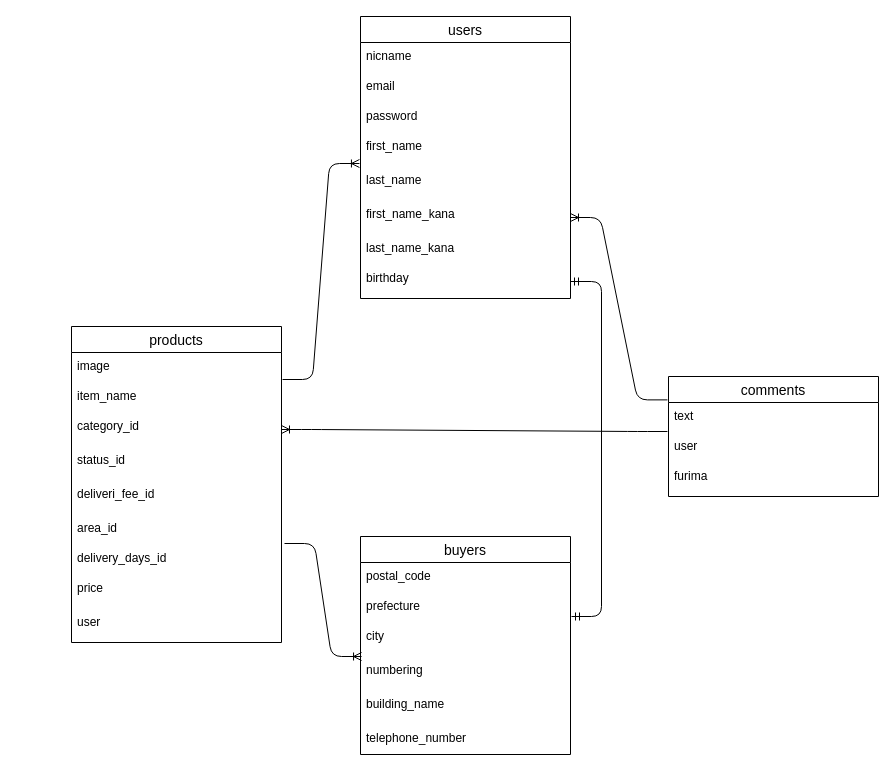
kurimaru2000/furima-34822 keeps this draw.io diagram as ER.dio. Above is the earlier version. Source tidied: cells renumbered, new cells numbered last; positions are measured from the earlier drawing's top-left corner, leaving out a move shared by most shapes. Both pictures are drawn from the tidied source at 100%, with x=0, y=0 at pixel (71, 16).
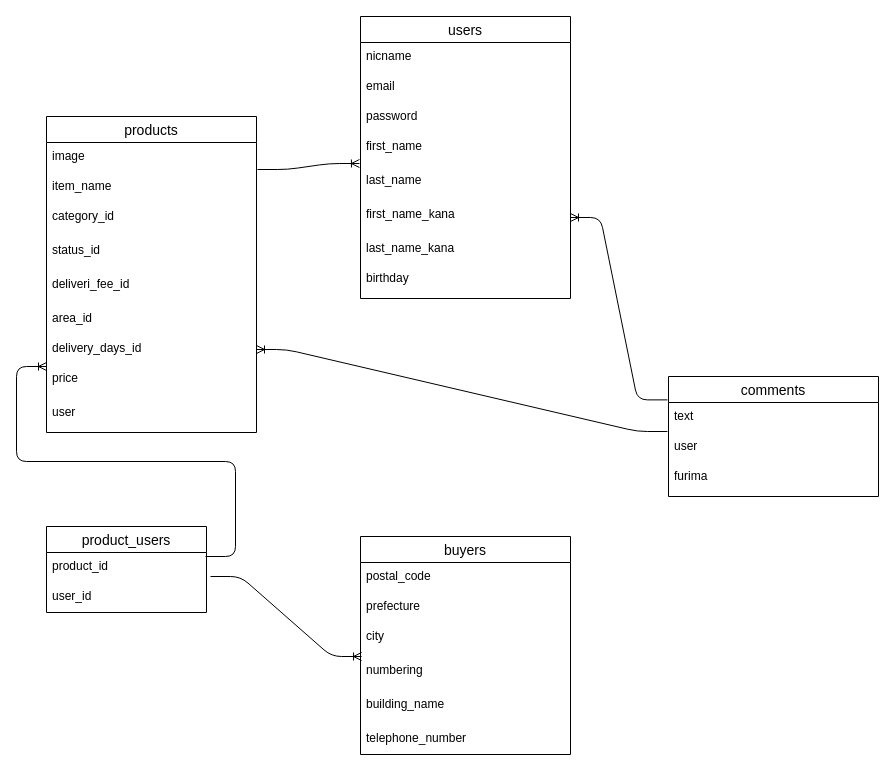
After the change.

The change refers to these unchanged cells:
```xml
<mxCell id="10" value="birthday" style="text;strokeColor=none;fillColor=none;spacingLeft=4;spacingRight=4;overflow=hidden;points=[[0,0.5],[1,0.5]];portConstraint=eastwest;fontSize=12;" parent="2" vertex="1">
  <mxGeometry y="248" width="210" height="34" as="geometry" />
</mxCell>
<mxCell id="14" value="category_id" style="text;strokeColor=none;fillColor=none;spacingLeft=4;spacingRight=4;overflow=hidden;points=[[0,0.5],[1,0.5]];portConstraint=eastwest;fontSize=12;" parent="11" vertex="1">
  <mxGeometry y="86" width="210" height="34" as="geometry" />
</mxCell>
<mxCell id="18" value="delivery_days_id" style="text;strokeColor=none;fillColor=none;spacingLeft=4;spacingRight=4;overflow=hidden;points=[[0,0.5],[1,0.5]];portConstraint=eastwest;fontSize=12;" parent="11" vertex="1">
  <mxGeometry y="218" width="210" height="30" as="geometry" />
</mxCell>
<mxCell id="23" value="user" style="text;strokeColor=none;fillColor=none;spacingLeft=4;spacingRight=4;overflow=hidden;points=[[0,0.5],[1,0.5]];portConstraint=eastwest;fontSize=12;" parent="21" vertex="1">
  <mxGeometry y="56" width="210" height="30" as="geometry" />
</mxCell>
<mxCell id="32" value="numbering" style="text;strokeColor=none;fillColor=none;spacingLeft=4;spacingRight=4;overflow=hidden;points=[[0,0.5],[1,0.5]];portConstraint=eastwest;fontSize=12;" parent="28" vertex="1">
  <mxGeometry y="120" width="210" height="34" as="geometry" />
</mxCell>
```

Diff of the diagram source:
```diff
@@
     <mxCell id="11" value="products" style="swimlane;fontStyle=0;horizontal=1;startSize=26;align=center;fontSize=14;" parent="1" vertex="1">
-      <mxGeometry y="310" width="210" height="316" as="geometry" />
+      <mxGeometry x="-25" y="100" width="210" height="316" as="geometry" />
     </mxCell>
@@
-    <mxCell id="27" style="edgeStyle=entityRelationEdgeStyle;fontSize=12;html=1;endArrow=ERoneToMany;entryX=1;entryY=0.5;entryDx=0;entryDy=0;exitX=-0.005;exitY=-0.033;exitDx=0;exitDy=0;exitPerimeter=0;" parent="1" edge="1" source="23" target="14">
+    <mxCell id="27" style="edgeStyle=entityRelationEdgeStyle;fontSize=12;html=1;endArrow=ERoneToMany;exitX=-0.005;exitY=-0.033;exitDx=0;exitDy=0;exitPerimeter=0;" parent="1" edge="1" source="23" target="18">
       <mxGeometry relative="1" as="geometry" />
     </mxCell>
@@
     <mxCell id="35" style="edgeStyle=entityRelationEdgeStyle;fontSize=12;html=1;endArrow=ERoneToMany;entryX=0.005;entryY=0;entryDx=0;entryDy=0;entryPerimeter=0;" parent="1" edge="1" target="32">
       <mxGeometry relative="1" as="geometry">
-        <mxPoint x="213" y="527" as="sourcePoint" />
+        <mxPoint x="139" y="560" as="sourcePoint" />
       </mxGeometry>
     </mxCell>
-    <mxCell id="36" style="edgeStyle=entityRelationEdgeStyle;fontSize=12;html=1;endArrow=ERmandOne;startArrow=ERmandOne;" parent="1" edge="1" target="10">
-      <mxGeometry relative="1" as="geometry">
-        <mxPoint x="500" y="600" as="sourcePoint" />
-      </mxGeometry>
+    <mxCell id="36" value="product_users" style="swimlane;fontStyle=0;horizontal=1;startSize=26;align=center;fontSize=14;" parent="1" vertex="1">
+      <mxGeometry x="-25" y="510" width="160" height="86" as="geometry" />
     </mxCell>
+    <mxCell id="37" value="product_id" style="text;strokeColor=none;fillColor=none;spacingLeft=4;spacingRight=4;overflow=hidden;fontSize=12;" parent="36" vertex="1">
+      <mxGeometry y="26" width="160" height="30" as="geometry" />
+    </mxCell>
+    <mxCell id="38" value="user_id" style="text;strokeColor=none;fillColor=none;spacingLeft=4;spacingRight=4;overflow=hidden;fontSize=12;" parent="36" vertex="1">
+      <mxGeometry y="56" width="160" height="30" as="geometry" />
+    </mxCell>
+    <mxCell id="39" style="edgeStyle=entityRelationEdgeStyle;fontSize=12;html=1;endArrow=ERoneToMany;" parent="1" edge="1">
+      <mxGeometry relative="1" as="geometry">
+        <mxPoint x="134" y="540" as="sourcePoint" />
+        <mxPoint x="-25" y="350" as="targetPoint" />
+      </mxGeometry>
+    </mxCell>
```
